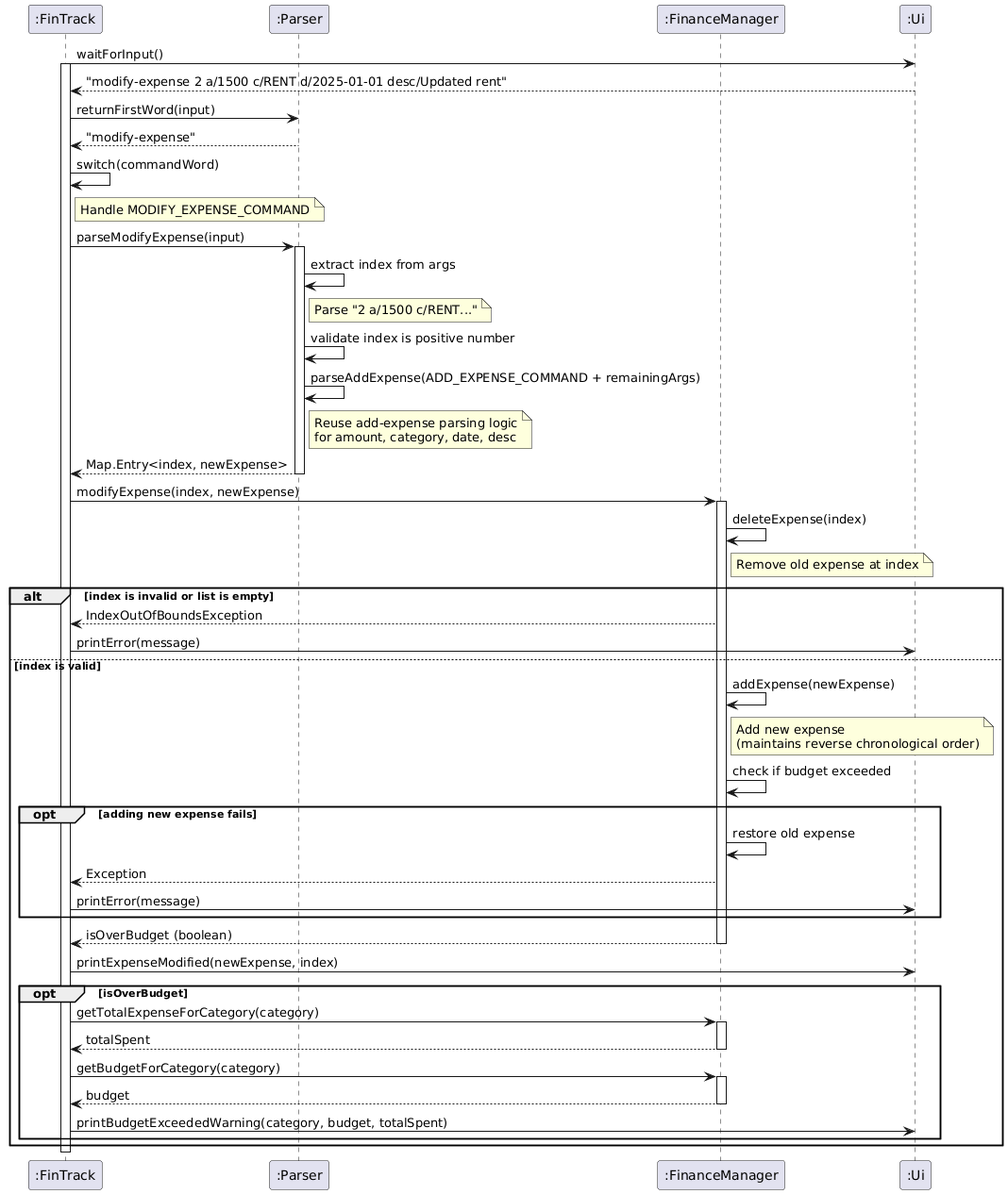
This is docs/images/modify_expense.png from AY2526S1-CS2113-W12-4/tp, a PlantUML export, as it was before one commit. Its diagram source:
```plantuml
@startuml
participant ":FinTrack" as FT
participant ":Parser" as P
participant ":FinanceManager" as FM
participant ":Ui" as UI

FT -> UI: waitForInput()
activate FT
UI --> FT: "modify-expense 2 a/1500 c/RENT d/2025-01-01 desc/Updated rent"

FT -> P: returnFirstWord(input)
P --> FT: "modify-expense"

FT -> FT: switch(commandWord)

note right of FT: Handle MODIFY_EXPENSE_COMMAND

FT -> P: parseModifyExpense(input)
activate P

P -> P: extract index from args
note right of P: Parse "2 a/1500 c/RENT..."

P -> P: validate index is positive number

P -> P: parseAddExpense(ADD_EXPENSE_COMMAND + remainingArgs)
note right of P: Reuse add-expense parsing logic\nfor amount, category, date, desc

P --> FT: Map.Entry<index, newExpense>
deactivate P

FT -> FM: modifyExpense(index, newExpense)
activate FM

FM -> FM: deleteExpense(index)
note right of FM: Remove old expense at index

alt index is invalid or list is empty
    FM --> FT: IndexOutOfBoundsException
    FT -> UI: printError(message)
else index is valid
    FM -> FM: addExpense(newExpense)
    note right of FM: Add new expense\n(maintains reverse chronological order)

    FM -> FM: check if budget exceeded

    opt adding new expense fails
        FM -> FM: restore old expense
        FM --> FT: Exception
        FT -> UI: printError(message)
    end

    FM --> FT: isOverBudget (boolean)
    deactivate FM

    FT -> UI: printExpenseModified(newExpense, index)

    opt isOverBudget
        FT -> FM: getTotalExpenseForCategory(category)
        activate FM
        FM --> FT: totalSpent
        deactivate FM

        FT -> FM: getBudgetForCategory(category)
        activate FM
        FM --> FT: budget
        deactivate FM

        FT -> UI: printBudgetExceededWarning(category, budget, totalSpent)
    end
end

deactivate FT
@enduml
```
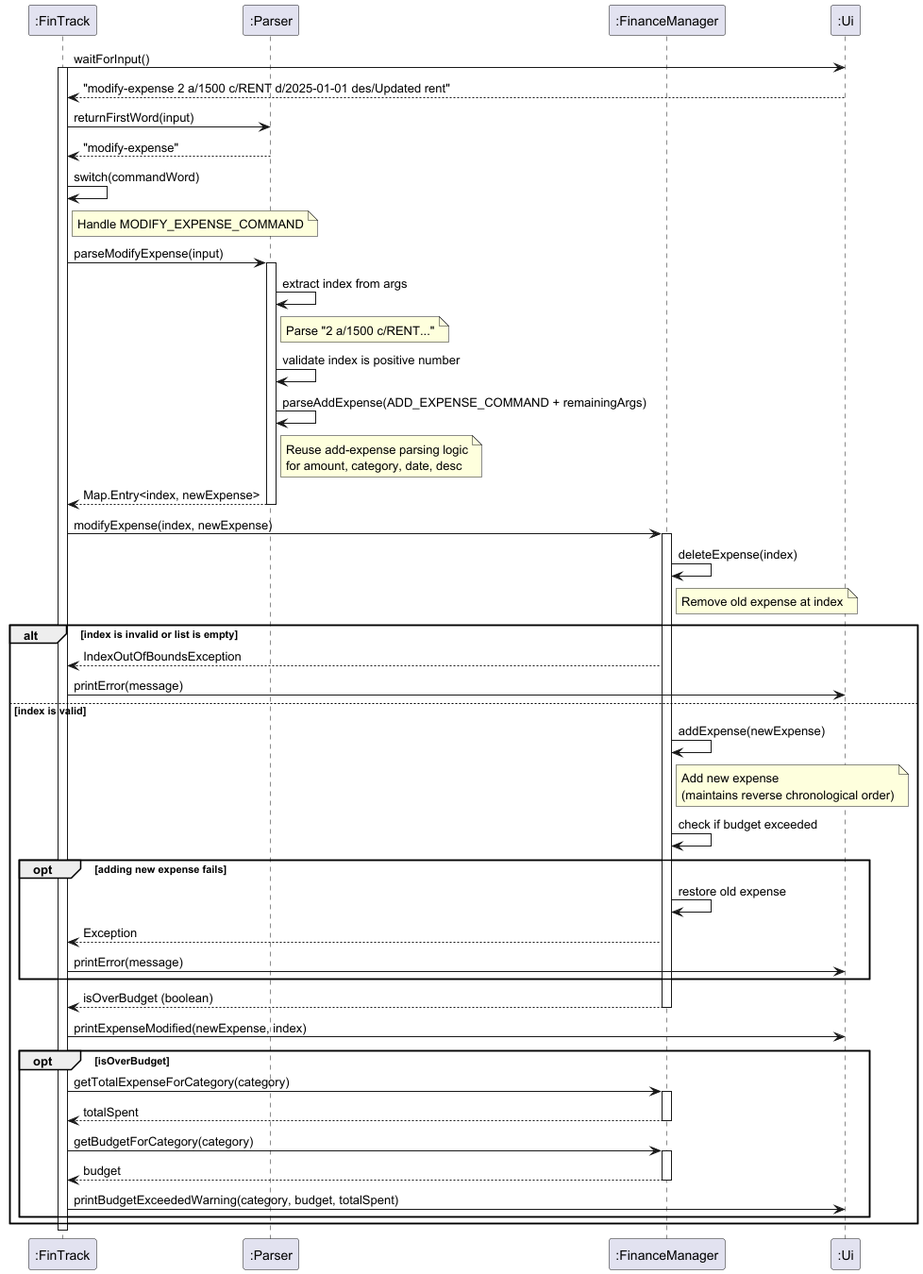
Later version of the same file.

Commit message:
Update des/ prefix in sequence diagrams in DG

What changed in the source:
```diff
@@ -6,7 +6,7 @@
 
 FT -> UI: waitForInput()
 activate FT
-UI --> FT: "modify-expense 2 a/1500 c/RENT d/2025-01-01 desc/Updated rent"
+UI --> FT: "modify-expense 2 a/1500 c/RENT d/2025-01-01 des/Updated rent"
 
 FT -> P: returnFirstWord(input)
 P --> FT: "modify-expense"
```
